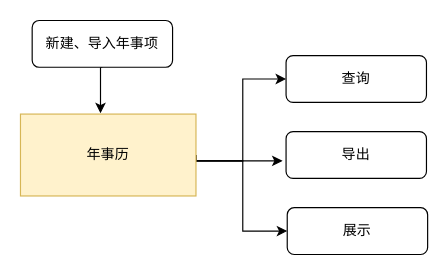
pbm0802/GitIDEATest keeps this draw.io diagram as 年事历.drawio. Above is the earlier version. Source tidied: cells renumbered, new cells numbered last; positions are measured from the earlier drawing's top-left corner, leaving out a move shared by most shapes. Both pictures are drawn from the tidied source at 117%, with x=0, y=0 at pixel (20, 20).
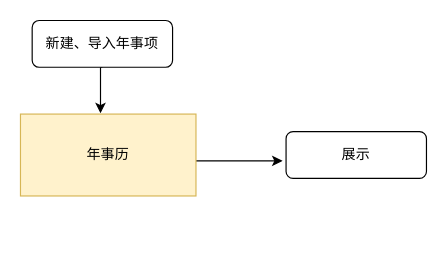
The same diagram, later.

Commit message:
更新年事历.drawio

Diff of the diagram source:
```diff
@@
 <mxGraphModel>
   <root>
     <mxCell id="0" />
     <mxCell id="1" parent="0" />
     <mxCell id="2" style="edgeStyle=orthogonalEdgeStyle;rounded=0;jettySize=auto;html=1;exitX=0.5;exitY=1;exitDx=0;exitDy=0;entryX=0.456;entryY=-0.01;entryDx=0;entryDy=0;entryPerimeter=0;" parent="1" edge="1" source="3" target="7">
       <mxGeometry relative="1" as="geometry" />
     </mxCell>
     <mxCell id="3" value="新建、导入年事项" style="rounded=1;whiteSpace=wrap;html=1;fontSize=12;glass=0;strokeWidth=1;shadow=0;" parent="1" vertex="1">
       <mxGeometry x="10" width="120" height="40" as="geometry" />
     </mxCell>
     <mxCell id="4" style="edgeStyle=orthogonalEdgeStyle;rounded=0;orthogonalLoop=1;jettySize=auto;html=1;exitX=1;exitY=0.5;exitDx=0;exitDy=0;entryX=0;entryY=0.5;entryDx=0;entryDy=0;" parent="1" edge="1">
       <mxGeometry relative="1" as="geometry">
         <mxPoint x="150" y="120" as="sourcePoint" />
         <mxPoint x="224" y="120" as="targetPoint" />
       </mxGeometry>
     </mxCell>
-    <mxCell id="5" style="edgeStyle=orthogonalEdgeStyle;rounded=0;jettySize=auto;html=1;exitX=1;exitY=0.5;exitDx=0;exitDy=0;entryX=0;entryY=0.5;entryDx=0;entryDy=0;" parent="1" edge="1" source="7" target="8">
-      <mxGeometry relative="1" as="geometry">
-        <Array as="points">
-          <mxPoint x="150" y="120" />
-          <mxPoint x="190" y="120" />
-          <mxPoint x="190" y="50" />
-        </Array>
-      </mxGeometry>
-    </mxCell>
-    <mxCell id="6" style="edgeStyle=orthogonalEdgeStyle;rounded=0;jettySize=auto;html=1;exitX=1;exitY=0.5;exitDx=0;exitDy=0;entryX=0;entryY=0.5;entryDx=0;entryDy=0;" parent="1" edge="1" source="7" target="10">
-      <mxGeometry relative="1" as="geometry">
-        <Array as="points">
-          <mxPoint x="150" y="120" />
-          <mxPoint x="190" y="120" />
-          <mxPoint x="190" y="180" />
-          <mxPoint x="224" y="180" />
-        </Array>
-      </mxGeometry>
-    </mxCell>
     <mxCell id="7" value="年事历" style="rounded=0;whiteSpace=wrap;html=1;fillColor=#fff2cc;strokeColor=#d6b656;" parent="1" vertex="1">
       <mxGeometry y="80" width="150" height="70" as="geometry" />
     </mxCell>
-    <mxCell id="8" value="查询" style="rounded=1;whiteSpace=wrap;html=1;fontSize=12;glass=0;strokeWidth=1;shadow=0;" parent="1" vertex="1">
-      <mxGeometry x="227" y="30" width="120" height="40" as="geometry" />
-    </mxCell>
-    <mxCell id="9" value="导出" style="rounded=1;whiteSpace=wrap;html=1;fontSize=12;glass=0;strokeWidth=1;shadow=0;" parent="1" vertex="1">
+    <mxCell id="9" value="展示" style="rounded=1;whiteSpace=wrap;html=1;fontSize=12;glass=0;strokeWidth=1;shadow=0;" parent="1" vertex="1">
       <mxGeometry x="227" y="95" width="120" height="40" as="geometry" />
     </mxCell>
-    <mxCell id="10" value="展示" style="rounded=1;whiteSpace=wrap;html=1;fontSize=12;glass=0;strokeWidth=1;shadow=0;" parent="1" vertex="1">
-      <mxGeometry x="228" y="160" width="120" height="40" as="geometry" />
-    </mxCell>
   </root>
 </mxGraphModel>
```
